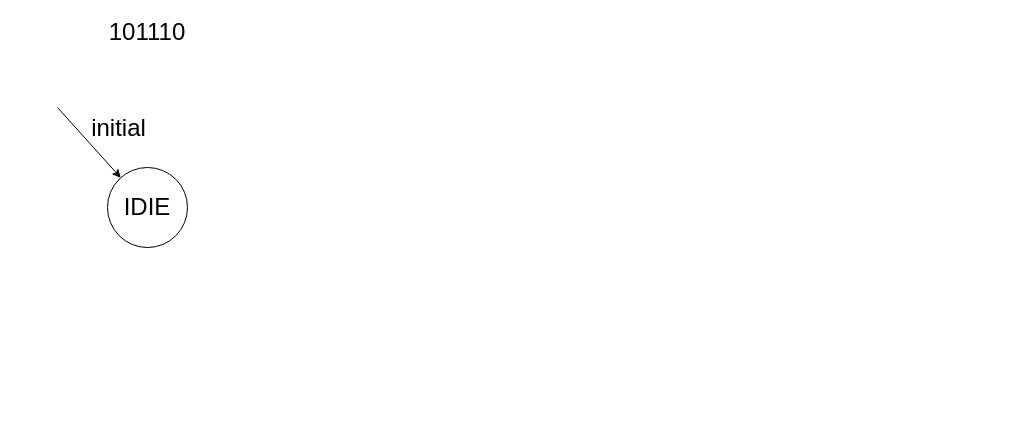
Above: page "Mearly State Machine" (1 of 2) of Lab2/images/Lab2_images.drawio in 1102131860/ECE6276 (draw.io), before the change. Source tidied: cells renumbered, new cells numbered last; positions are measured from the earlier drawing's top-left corner, leaving out a move shared by most shapes. Both pictures are drawn from the tidied source at 100%, with x=0, y=0 at pixel (57, 17).
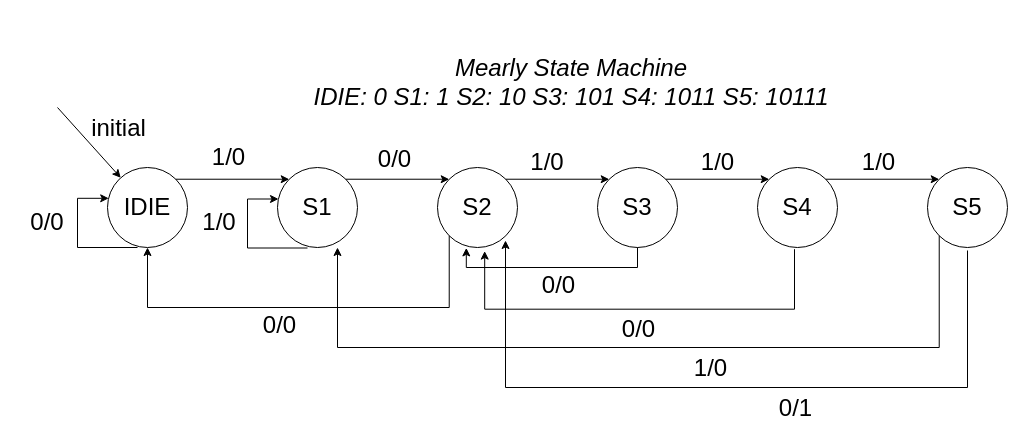
The same page after the edit.

Unchanged cells that the change refers to:
```xml
<mxCell id="2" value="IDIE" style="ellipse;whiteSpace=wrap;html=1;fontSize=24;" parent="1" vertex="1">
  <mxGeometry x="50" y="150" width="80" height="80" as="geometry" />
</mxCell>
```

What changed in the source:
```diff
@@
-    <mxCell id="3" value="101110" style="text;html=1;align=center;verticalAlign=middle;whiteSpace=wrap;rounded=0;fontSize=24;" parent="1" vertex="1">
-      <mxGeometry x="60" width="60" height="30" as="geometry" />
-    </mxCell>
@@
+    <mxCell id="6" value="S1" style="ellipse;whiteSpace=wrap;html=1;fontSize=24;" parent="1" vertex="1">
+      <mxGeometry x="220" y="150" width="80" height="80" as="geometry" />
+    </mxCell>
+    <mxCell id="7" value="&lt;i&gt;&lt;font style=&quot;font-size: 24px;&quot;&gt;Mearly State Machine&lt;br&gt;IDIE: 0 S1: 1&amp;nbsp;&lt;/font&gt;&lt;span style=&quot;font-size: 24px; background-color: transparent; color: light-dark(rgb(0, 0, 0), rgb(255, 255, 255));&quot;&gt;S2: 10&amp;nbsp;&lt;/span&gt;&lt;span style=&quot;font-size: 24px; background-color: transparent; color: light-dark(rgb(0, 0, 0), rgb(255, 255, 255));&quot;&gt;S3: 101&amp;nbsp;&lt;/span&gt;&lt;/i&gt;&lt;i style=&quot;font-size: 24px; background-color: transparent; color: light-dark(rgb(0, 0, 0), rgb(255, 255, 255));&quot;&gt;S4: 1011 S5: 10111&lt;/i&gt;" style="text;html=1;align=center;verticalAlign=middle;whiteSpace=wrap;rounded=0;" parent="1" vertex="1">
+      <mxGeometry x="226" y="20" width="576" height="90" as="geometry" />
+    </mxCell>
+    <mxCell id="8" style="endArrow=classic;html=1;rounded=0;exitX=1;exitY=0;exitDx=0;exitDy=0;entryX=0;entryY=0;entryDx=0;entryDy=0;" parent="1" edge="1" source="2" target="6">
+      <mxGeometry relative="1" as="geometry" />
+    </mxCell>
+    <mxCell id="9" value="&lt;font style=&quot;font-size: 24px;&quot;&gt;1/0&lt;/font&gt;" style="edgeLabel;html=1;align=center;verticalAlign=middle;" parent="8" vertex="1">
+      <mxGeometry x="-0.08" y="3" relative="1" as="geometry">
+        <mxPoint y="-19" as="offset" />
+      </mxGeometry>
+    </mxCell>
+    <mxCell id="10" value="S2" style="ellipse;whiteSpace=wrap;html=1;fontSize=24;" parent="1" vertex="1">
+      <mxGeometry x="380" y="150" width="80" height="80" as="geometry" />
+    </mxCell>
+    <mxCell id="11" style="endArrow=classic;html=1;rounded=0;exitX=1;exitY=0;exitDx=0;exitDy=0;entryX=0;entryY=0;entryDx=0;entryDy=0;" parent="1" edge="1" source="6" target="10">
+      <mxGeometry relative="1" as="geometry" />
+    </mxCell>
+    <mxCell id="12" value="0/0" style="edgeLabel;html=1;align=center;verticalAlign=middle;fontSize=24;" parent="11" vertex="1">
+      <mxGeometry x="-0.08" y="1" relative="1" as="geometry">
+        <mxPoint y="-19" as="offset" />
+      </mxGeometry>
+    </mxCell>
+    <mxCell id="13" value="&lt;font style=&quot;font-size: 24px;&quot;&gt;1/0&lt;/font&gt;" style="text;html=1;align=center;verticalAlign=middle;whiteSpace=wrap;rounded=0;" parent="1" vertex="1">
+      <mxGeometry x="132" y="190" width="60" height="30" as="geometry" />
+    </mxCell>
+    <mxCell id="14" value="S3" style="ellipse;whiteSpace=wrap;html=1;fontSize=24;" parent="1" vertex="1">
+      <mxGeometry x="540" y="150" width="80" height="80" as="geometry" />
+    </mxCell>
+    <mxCell id="15" style="endArrow=classic;html=1;rounded=0;entryX=0.5;entryY=1;entryDx=0;entryDy=0;edgeStyle=elbowEdgeStyle;elbow=vertical;exitX=0;exitY=1;exitDx=0;exitDy=0;" parent="1" edge="1" source="10" target="2">
+      <mxGeometry relative="1" as="geometry">
+        <Array as="points">
+          <mxPoint x="240" y="290" />
+        </Array>
+      </mxGeometry>
+    </mxCell>
+    <mxCell id="16" value="&lt;font style=&quot;font-size: 24px;&quot;&gt;0/0&lt;/font&gt;" style="edgeLabel;html=1;align=center;verticalAlign=middle;" parent="15" vertex="1">
+      <mxGeometry x="-0.08" y="-1" relative="1" as="geometry">
+        <mxPoint x="-43" y="18" as="offset" />
+      </mxGeometry>
+    </mxCell>
+    <mxCell id="17" style="endArrow=classic;html=1;rounded=0;exitX=0.5;exitY=1;exitDx=0;exitDy=0;entryX=0.015;entryY=0.385;entryDx=0;entryDy=0;entryPerimeter=0;edgeStyle=elbowEdgeStyle;" parent="1" edge="1" target="2">
+      <mxGeometry relative="1" as="geometry">
+        <mxPoint x="80" y="230" as="sourcePoint" />
+        <Array as="points">
+          <mxPoint x="20" y="210" />
+        </Array>
+      </mxGeometry>
+    </mxCell>
+    <mxCell id="18" value="&lt;font style=&quot;font-size: 24px;&quot;&gt;0/0&lt;/font&gt;" style="text;html=1;align=center;verticalAlign=middle;whiteSpace=wrap;rounded=0;" parent="1" vertex="1">
+      <mxGeometry x="-40" y="190" width="60" height="30" as="geometry" />
+    </mxCell>
+    <mxCell id="19" style="endArrow=classic;html=1;rounded=0;entryX=0;entryY=0;entryDx=0;entryDy=0;exitX=1;exitY=0;exitDx=0;exitDy=0;" parent="1" edge="1" source="10" target="14">
+      <mxGeometry relative="1" as="geometry" />
+    </mxCell>
+    <mxCell id="20" value="&lt;font style=&quot;font-size: 24px;&quot;&gt;1/0&lt;/font&gt;" style="text;html=1;align=center;verticalAlign=middle;whiteSpace=wrap;rounded=0;" parent="1" vertex="1">
+      <mxGeometry x="460" y="130" width="60" height="30" as="geometry" />
+    </mxCell>
+    <mxCell id="21" style="endArrow=classic;html=1;rounded=0;exitX=0.5;exitY=1;exitDx=0;exitDy=0;entryX=0.36;entryY=1.005;entryDx=0;entryDy=0;edgeStyle=elbowEdgeStyle;elbow=vertical;entryPerimeter=0;" parent="1" edge="1" source="14" target="10">
+      <mxGeometry relative="1" as="geometry">
+        <Array as="points">
+          <mxPoint x="400" y="250" />
+        </Array>
+      </mxGeometry>
+    </mxCell>
+    <mxCell id="22" value="&lt;font style=&quot;font-size: 24px;&quot;&gt;0/0&lt;/font&gt;" style="edgeLabel;html=1;align=center;verticalAlign=middle;" parent="21" vertex="1">
+      <mxGeometry x="-0.08" y="-1" relative="1" as="geometry">
+        <mxPoint x="-3" y="18" as="offset" />
+      </mxGeometry>
+    </mxCell>
+    <mxCell id="23" value="S4" style="ellipse;whiteSpace=wrap;html=1;fontSize=24;" parent="1" vertex="1">
+      <mxGeometry x="700" y="150" width="80" height="80" as="geometry" />
+    </mxCell>
+    <mxCell id="24" style="endArrow=classic;html=1;rounded=0;entryX=0;entryY=0;entryDx=0;entryDy=0;exitX=1;exitY=0;exitDx=0;exitDy=0;" parent="1" edge="1" source="14" target="23">
+      <mxGeometry relative="1" as="geometry" />
+    </mxCell>
+    <mxCell id="25" value="1/0" style="edgeLabel;html=1;align=center;verticalAlign=middle;fontSize=24;" parent="24" vertex="1">
+      <mxGeometry x="0.14" relative="1" as="geometry">
+        <mxPoint x="-8" y="-17" as="offset" />
+      </mxGeometry>
+    </mxCell>
+    <mxCell id="26" style="endArrow=classic;html=1;rounded=0;exitX=0.5;exitY=1;exitDx=0;exitDy=0;edgeStyle=elbowEdgeStyle;elbow=vertical;entryX=0.59;entryY=1.045;entryDx=0;entryDy=0;entryPerimeter=0;" parent="1" edge="1" target="10">
+      <mxGeometry relative="1" as="geometry">
+        <mxPoint x="737" y="231.7" as="sourcePoint" />
+        <Array as="points">
+          <mxPoint x="510" y="291.7" />
+        </Array>
+      </mxGeometry>
+    </mxCell>
+    <mxCell id="27" value="&lt;font style=&quot;font-size: 24px;&quot;&gt;0/0&lt;/font&gt;" style="edgeLabel;html=1;align=center;verticalAlign=middle;" parent="26" vertex="1">
+      <mxGeometry x="-0.08" y="-1" relative="1" as="geometry">
+        <mxPoint x="-20" y="21" as="offset" />
+      </mxGeometry>
+    </mxCell>
+    <mxCell id="28" value="S5" style="ellipse;whiteSpace=wrap;html=1;fontSize=24;" parent="1" vertex="1">
+      <mxGeometry x="870" y="150" width="80" height="80" as="geometry" />
+    </mxCell>
+    <mxCell id="29" style="endArrow=classic;html=1;rounded=0;exitX=1;exitY=0;exitDx=0;exitDy=0;entryX=0;entryY=0;entryDx=0;entryDy=0;" parent="1" edge="1" source="23" target="28">
+      <mxGeometry relative="1" as="geometry" />
+    </mxCell>
+    <mxCell id="30" value="&lt;font style=&quot;font-size: 24px;&quot;&gt;1/0&lt;/font&gt;" style="edgeLabel;html=1;align=center;verticalAlign=middle;" parent="29" vertex="1">
+      <mxGeometry x="-0.15" y="2" relative="1" as="geometry">
+        <mxPoint x="4" y="-15" as="offset" />
+      </mxGeometry>
+    </mxCell>
+    <mxCell id="31" style="endArrow=classic;html=1;rounded=0;edgeStyle=elbowEdgeStyle;elbow=vertical;entryX=0.75;entryY=1;entryDx=0;entryDy=0;entryPerimeter=0;exitX=0;exitY=1;exitDx=0;exitDy=0;" parent="1" edge="1" source="28" target="6">
+      <mxGeometry relative="1" as="geometry">
+        <Array as="points">
+          <mxPoint x="600" y="330" />
+        </Array>
+      </mxGeometry>
+    </mxCell>
+    <mxCell id="32" value="&lt;font style=&quot;font-size: 24px;&quot;&gt;1/0&lt;/font&gt;" style="edgeLabel;html=1;align=center;verticalAlign=middle;" parent="31" vertex="1">
+      <mxGeometry x="-0.08" y="-1" relative="1" as="geometry">
+        <mxPoint x="33" y="21" as="offset" />
+      </mxGeometry>
+    </mxCell>
+    <mxCell id="33" style="endArrow=classic;html=1;rounded=0;exitX=0.5;exitY=1;exitDx=0;exitDy=0;entryX=0.015;entryY=0.385;entryDx=0;entryDy=0;entryPerimeter=0;edgeStyle=elbowEdgeStyle;" parent="1" edge="1">
+      <mxGeometry relative="1" as="geometry">
+        <mxPoint x="250" y="230.5" as="sourcePoint" />
+        <mxPoint x="221" y="181.5" as="targetPoint" />
+        <Array as="points">
+          <mxPoint x="190" y="210.5" />
+        </Array>
+      </mxGeometry>
+    </mxCell>
+    <mxCell id="34" style="endArrow=classic;html=1;rounded=0;edgeStyle=elbowEdgeStyle;elbow=vertical;" parent="1" edge="1">
+      <mxGeometry relative="1" as="geometry">
+        <mxPoint x="910" y="233" as="sourcePoint" />
+        <mxPoint x="448" y="223" as="targetPoint" />
+        <Array as="points">
+          <mxPoint x="676" y="370" />
+        </Array>
+      </mxGeometry>
+    </mxCell>
+    <mxCell id="35" value="&lt;font&gt;0/1&lt;/font&gt;" style="edgeLabel;html=1;align=center;verticalAlign=middle;fontSize=24;" parent="34" vertex="1">
+      <mxGeometry x="-0.08" y="-1" relative="1" as="geometry">
+        <mxPoint x="33" y="21" as="offset" />
+      </mxGeometry>
+    </mxCell>
```
